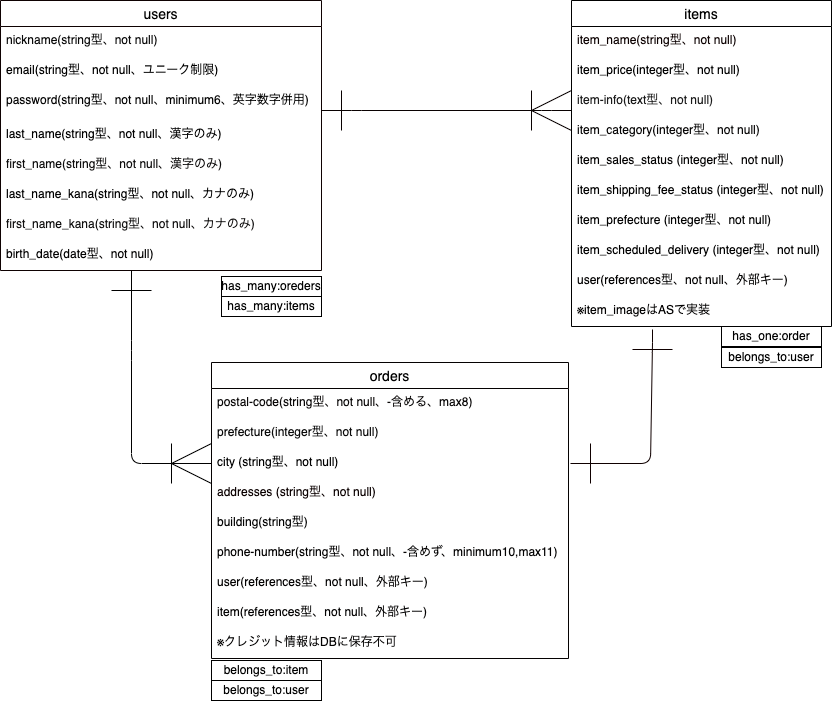
Above: furima-DB.png in goldensorcererofumineko/furima-39826 (draw.io), before the change. Source tidied: cells renumbered, new cells last; positions are measured from the earlier drawing's top-left corner, leaving out a move shared by most shapes.
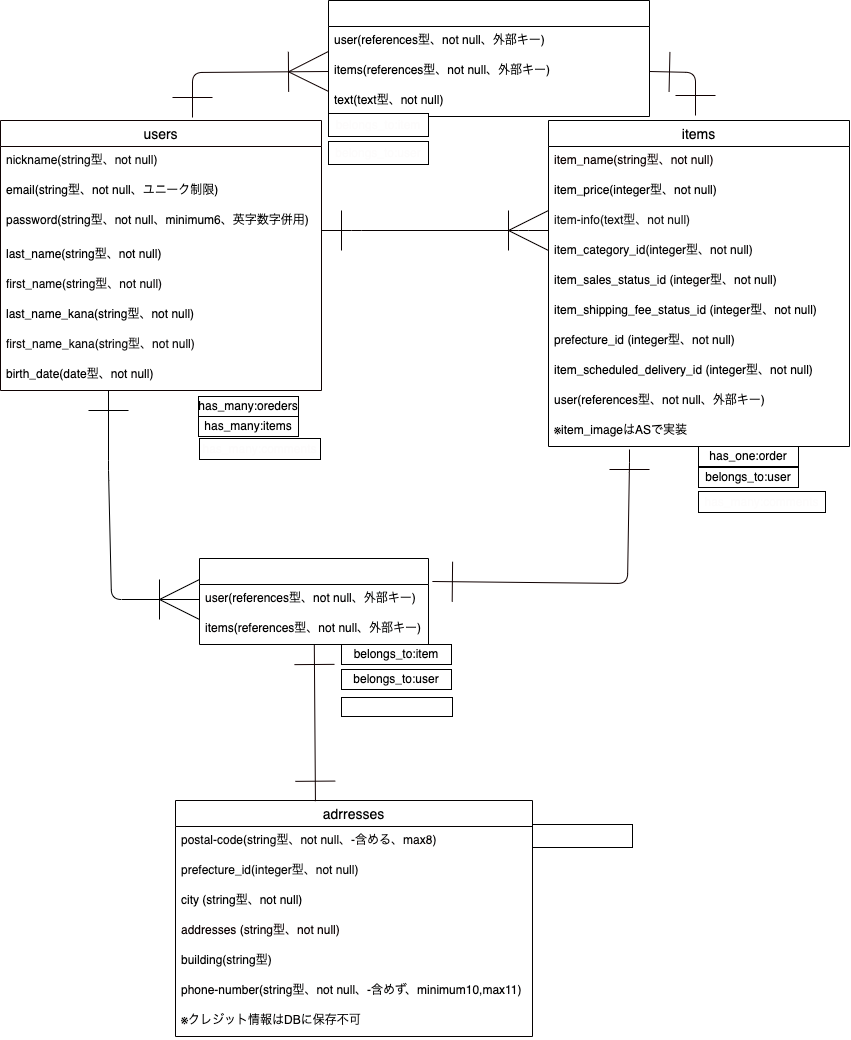
After the change.

Diff of the diagram source:
```diff
@@ -3,7 +3,7 @@
     <mxCell id="0" />
     <mxCell id="1" parent="0" />
     <mxCell id="2" value="users" style="swimlane;fontStyle=0;horizontal=1;startSize=26;align=center;fontSize=14;labelBorderColor=none;strokeColor=#0e0101;" parent="1" vertex="1">
-      <mxGeometry width="321" height="270" as="geometry" />
+      <mxGeometry x="23" width="321" height="270" as="geometry" />
     </mxCell>
     <mxCell id="3" value="nickname(string型、not null)" style="text;strokeColor=none;fillColor=none;spacingLeft=4;spacingRight=4;overflow=hidden;fontSize=12;fontColor=#0a0a0a;" parent="2" vertex="1">
       <mxGeometry y="26" width="321" height="30" as="geometry" />
@@ -14,61 +14,61 @@
     <mxCell id="5" value="password(string型、not null、minimum6、英字数字併用)" style="text;strokeColor=none;fillColor=none;spacingLeft=4;spacingRight=4;overflow=hidden;points=[[0,0.5],[1,0.5]];portConstraint=eastwest;fontSize=12;fontColor=#030303;" parent="2" vertex="1">
       <mxGeometry y="86" width="321" height="34" as="geometry" />
     </mxCell>
-    <mxCell id="6" value="last_name(string型、not null、漢字のみ)" style="text;strokeColor=none;fillColor=none;spacingLeft=4;spacingRight=4;overflow=hidden;fontSize=12;fontColor=#000000;" parent="2" vertex="1">
+    <mxCell id="6" value="last_name(string型、not null)" style="text;strokeColor=none;fillColor=none;spacingLeft=4;spacingRight=4;overflow=hidden;fontSize=12;fontColor=#000000;" parent="2" vertex="1">
       <mxGeometry y="120" width="321" height="30" as="geometry" />
     </mxCell>
-    <mxCell id="7" value="first_name(string型、not null、漢字のみ)" style="text;strokeColor=none;fillColor=none;spacingLeft=4;spacingRight=4;overflow=hidden;fontSize=12;fontColor=#0d0c0c;" parent="2" vertex="1">
+    <mxCell id="7" value="first_name(string型、not null)" style="text;strokeColor=none;fillColor=none;spacingLeft=4;spacingRight=4;overflow=hidden;fontSize=12;fontColor=#0d0c0c;" parent="2" vertex="1">
       <mxGeometry y="150" width="321" height="30" as="geometry" />
     </mxCell>
-    <mxCell id="8" value="last_name_kana(string型、not null、カナのみ)" style="text;strokeColor=none;fillColor=none;spacingLeft=4;spacingRight=4;overflow=hidden;fontSize=12;fontColor=#000000;" parent="2" vertex="1">
+    <mxCell id="8" value="last_name_kana(string型、not null)" style="text;strokeColor=none;fillColor=none;spacingLeft=4;spacingRight=4;overflow=hidden;fontSize=12;fontColor=#000000;" parent="2" vertex="1">
       <mxGeometry y="180" width="321" height="30" as="geometry" />
     </mxCell>
-    <mxCell id="9" value="first_name_kana(string型、not null、カナのみ)" style="text;strokeColor=none;fillColor=none;spacingLeft=4;spacingRight=4;overflow=hidden;fontSize=12;fontColor=#100f0f;" parent="2" vertex="1">
+    <mxCell id="9" value="first_name_kana(string型、not null)" style="text;strokeColor=none;fillColor=none;spacingLeft=4;spacingRight=4;overflow=hidden;fontSize=12;fontColor=#100f0f;" parent="2" vertex="1">
       <mxGeometry y="210" width="321" height="30" as="geometry" />
     </mxCell>
     <mxCell id="10" value="birth_date(date型、not null)" style="text;strokeColor=none;fillColor=none;spacingLeft=4;spacingRight=4;overflow=hidden;fontSize=12;fontColor=#030202;" parent="2" vertex="1">
       <mxGeometry y="240" width="321" height="30" as="geometry" />
     </mxCell>
     <mxCell id="11" value="items" style="swimlane;fontStyle=0;horizontal=1;startSize=26;align=center;fontSize=14;strokeColor=#000000;" parent="1" vertex="1">
-      <mxGeometry x="571" width="260" height="326" as="geometry" />
+      <mxGeometry x="571" width="301" height="326" as="geometry" />
     </mxCell>
     <mxCell id="12" value="item_name(string型、not null)" style="text;strokeColor=none;fillColor=none;spacingLeft=4;spacingRight=4;overflow=hidden;fontSize=12;fontColor=#0d0202;" parent="11" vertex="1">
-      <mxGeometry y="26" width="260" height="30" as="geometry" />
+      <mxGeometry y="26" width="301" height="30" as="geometry" />
     </mxCell>
     <mxCell id="13" value="item_price(integer型、not null)" style="text;strokeColor=none;fillColor=none;spacingLeft=4;spacingRight=4;overflow=hidden;fontSize=12;labelBackgroundColor=none;fontColor=#000000;" parent="11" vertex="1">
-      <mxGeometry y="56" width="260" height="30" as="geometry" />
+      <mxGeometry y="56" width="301" height="30" as="geometry" />
     </mxCell>
     <mxCell id="14" value="item-info(text型、not null)" style="text;strokeColor=none;fillColor=none;spacingLeft=4;spacingRight=4;overflow=hidden;fontSize=12;fontColor=#1A1A1A;" parent="11" vertex="1">
-      <mxGeometry y="86" width="260" height="30" as="geometry" />
+      <mxGeometry y="86" width="301" height="30" as="geometry" />
     </mxCell>
-    <mxCell id="15" value="item_category(integer型、not null)" style="text;strokeColor=none;fillColor=none;spacingLeft=4;spacingRight=4;overflow=hidden;fontSize=12;fontColor=#080707;" parent="11" vertex="1">
-      <mxGeometry y="116" width="260" height="30" as="geometry" />
+    <mxCell id="15" value="item_category_id(integer型、not null)" style="text;strokeColor=none;fillColor=none;spacingLeft=4;spacingRight=4;overflow=hidden;fontSize=12;fontColor=#080707;" parent="11" vertex="1">
+      <mxGeometry y="116" width="301" height="30" as="geometry" />
     </mxCell>
-    <mxCell id="16" value="item_sales_status (integer型、not null)" style="text;strokeColor=none;fillColor=none;spacingLeft=4;spacingRight=4;overflow=hidden;fontSize=12;fontColor=#030202;" parent="11" vertex="1">
-      <mxGeometry y="146" width="260" height="30" as="geometry" />
+    <mxCell id="16" value="item_sales_status_id (integer型、not null)" style="text;strokeColor=none;fillColor=none;spacingLeft=4;spacingRight=4;overflow=hidden;fontSize=12;fontColor=#030202;" parent="11" vertex="1">
+      <mxGeometry y="146" width="301" height="30" as="geometry" />
     </mxCell>
-    <mxCell id="17" value="item_shipping_fee_status (integer型、not null)" style="text;strokeColor=none;fillColor=none;spacingLeft=4;spacingRight=4;overflow=hidden;fontSize=12;fontColor=#000000;" parent="11" vertex="1">
-      <mxGeometry y="176" width="260" height="30" as="geometry" />
+    <mxCell id="17" value="item_shipping_fee_status_id (integer型、not null)" style="text;strokeColor=none;fillColor=none;spacingLeft=4;spacingRight=4;overflow=hidden;fontSize=12;fontColor=#000000;" parent="11" vertex="1">
+      <mxGeometry y="176" width="301" height="30" as="geometry" />
     </mxCell>
-    <mxCell id="18" value="item_prefecture (integer型、not null)" style="text;strokeColor=none;fillColor=none;spacingLeft=4;spacingRight=4;overflow=hidden;fontSize=12;fontColor=#030303;" parent="11" vertex="1">
-      <mxGeometry y="206" width="260" height="30" as="geometry" />
+    <mxCell id="18" value="prefecture_id (integer型、not null)" style="text;strokeColor=none;fillColor=none;spacingLeft=4;spacingRight=4;overflow=hidden;fontSize=12;fontColor=#030303;" parent="11" vertex="1">
+      <mxGeometry y="206" width="301" height="30" as="geometry" />
     </mxCell>
-    <mxCell id="19" value="item_scheduled_delivery (integer型、not null)" style="text;strokeColor=none;fillColor=none;spacingLeft=4;spacingRight=4;overflow=hidden;fontSize=12;fontColor=#000000;" parent="11" vertex="1">
-      <mxGeometry y="236" width="260" height="30" as="geometry" />
+    <mxCell id="19" value="item_scheduled_delivery_id (integer型、not null)" style="text;strokeColor=none;fillColor=none;spacingLeft=4;spacingRight=4;overflow=hidden;fontSize=12;fontColor=#000000;" parent="11" vertex="1">
+      <mxGeometry y="236" width="301" height="30" as="geometry" />
     </mxCell>
     <mxCell id="20" value="user(references型、not null、外部キー)" style="text;strokeColor=none;fillColor=none;spacingLeft=4;spacingRight=4;overflow=hidden;fontSize=12;labelBackgroundColor=none;labelBorderColor=none;fontColor=#030202;" parent="11" vertex="1">
-      <mxGeometry y="266" width="260" height="30" as="geometry" />
+      <mxGeometry y="266" width="301" height="30" as="geometry" />
     </mxCell>
     <mxCell id="21" value="※item_imageはASで実装" style="text;strokeColor=none;fillColor=none;spacingLeft=4;spacingRight=4;overflow=hidden;fontSize=12;labelBackgroundColor=none;labelBorderColor=none;fontColor=#030202;" parent="11" vertex="1">
-      <mxGeometry y="296" width="260" height="30" as="geometry" />
+      <mxGeometry y="296" width="301" height="30" as="geometry" />
     </mxCell>
-    <mxCell id="22" value="orders" style="swimlane;fontStyle=0;horizontal=1;startSize=26;align=center;fontSize=14;strokeColor=#040101;" parent="1" vertex="1">
-      <mxGeometry x="211" y="362" width="357" height="296" as="geometry" />
+    <mxCell id="22" value="adrresses" style="swimlane;fontStyle=0;horizontal=1;startSize=26;align=center;fontSize=14;strokeColor=#040101;" parent="1" vertex="1">
+      <mxGeometry x="198" y="680" width="357" height="236" as="geometry" />
     </mxCell>
     <mxCell id="23" value="postal-code(string型、not null、-含める、max8)" style="text;strokeColor=none;fillColor=none;spacingLeft=4;spacingRight=4;overflow=hidden;fontSize=12;fontColor=#090707;" parent="22" vertex="1">
       <mxGeometry y="26" width="357" height="30" as="geometry" />
     </mxCell>
-    <mxCell id="24" value="prefecture(integer型、not null)" style="text;strokeColor=none;fillColor=none;spacingLeft=4;spacingRight=4;overflow=hidden;fontSize=12;fontColor=#0a0a0a;" parent="22" vertex="1">
+    <mxCell id="24" value="prefecture_id(integer型、not null)" style="text;strokeColor=none;fillColor=none;spacingLeft=4;spacingRight=4;overflow=hidden;fontSize=12;fontColor=#0a0a0a;" parent="22" vertex="1">
       <mxGeometry y="56" width="357" height="30" as="geometry" />
     </mxCell>
     <mxCell id="25" value="city (string型、not null)" style="text;strokeColor=none;fillColor=none;spacingLeft=4;spacingRight=4;overflow=hidden;points=[[0,0.5],[1,0.5]];portConstraint=eastwest;fontSize=12;fontColor=#000000;" parent="22" vertex="1">
@@ -83,32 +83,25 @@
     <mxCell id="28" value="phone-number(string型、not null、-含めず、minimum10,max11)" style="text;strokeColor=none;fillColor=none;spacingLeft=4;spacingRight=4;overflow=hidden;fontSize=12;fontColor=#030202;" parent="22" vertex="1">
       <mxGeometry y="176" width="357" height="30" as="geometry" />
     </mxCell>
-    <mxCell id="29" value="user(references型、not null、外部キー)" style="text;strokeColor=none;fillColor=none;spacingLeft=4;spacingRight=4;overflow=hidden;points=[[0,0.5],[1,0.5]];portConstraint=eastwest;fontSize=12;labelBackgroundColor=none;labelBorderColor=none;fontColor=#030202;" parent="22" vertex="1">
-      <mxGeometry y="206" width="357" height="30" as="geometry" />
-    </mxCell>
-    <mxCell id="30" value="item(references型、not null、外部キー)" style="text;strokeColor=none;fillColor=none;spacingLeft=4;spacingRight=4;overflow=hidden;fontSize=12;labelBackgroundColor=none;labelBorderColor=none;fontColor=#030202;" parent="22" vertex="1">
-      <mxGeometry y="236" width="357" height="30" as="geometry" />
-    </mxCell>
     <mxCell id="31" value="※クレジット情報はDBに保存不可" style="text;strokeColor=none;fillColor=none;spacingLeft=4;spacingRight=4;overflow=hidden;fontSize=12;labelBackgroundColor=none;labelBorderColor=none;fontColor=#030202;" parent="22" vertex="1">
-      <mxGeometry y="266" width="357" height="30" as="geometry" />
+      <mxGeometry y="206" width="357" height="30" as="geometry" />
     </mxCell>
     <mxCell id="32" style="edgeStyle=entityRelationEdgeStyle;fontSize=12;html=1;endArrow=ERoneToMany;exitX=1;exitY=0.706;exitDx=0;exitDy=0;exitPerimeter=0;endSize=38;startArrow=ERone;startFill=0;startSize=38;strokeColor=#090101;" parent="1" edge="1" source="5">
       <mxGeometry relative="1" as="geometry">
         <mxPoint x="571" y="110" as="targetPoint" />
       </mxGeometry>
     </mxCell>
-    <mxCell id="33" style="edgeStyle=none;html=1;endSize=38;entryX=0;entryY=0.5;entryDx=0;entryDy=0;endArrow=ERoneToMany;endFill=0;startArrow=ERone;startFill=0;startSize=38;strokeColor=#000000;" parent="1" edge="1" target="25">
+    <mxCell id="33" style="edgeStyle=none;html=1;endSize=38;entryX=0;entryY=0.5;entryDx=0;entryDy=0;endArrow=ERoneToMany;endFill=0;startArrow=ERone;startFill=0;startSize=38;strokeColor=#000000;" parent="1" edge="1" target="29">
       <mxGeometry relative="1" as="geometry">
         <mxPoint x="131" y="270" as="sourcePoint" />
         <Array as="points">
           <mxPoint x="131" y="350" />
-          <mxPoint x="131" y="463" />
+          <mxPoint x="134" y="479" />
         </Array>
       </mxGeometry>
     </mxCell>
-    <mxCell id="34" style="edgeStyle=none;html=1;endArrow=ERone;endFill=0;endSize=38;startArrow=ERone;startFill=0;startSize=38;strokeColor=#0f0000;" parent="1" edge="1">
+    <mxCell id="34" style="edgeStyle=none;html=1;endArrow=ERone;endFill=0;endSize=38;startArrow=ERone;startFill=0;startSize=38;strokeColor=#0f0000;exitX=1.017;exitY=-0.1;exitDx=0;exitDy=0;exitPerimeter=0;" parent="1" edge="1" source="29">
       <mxGeometry relative="1" as="geometry">
-        <mxPoint x="570" y="463" as="sourcePoint" />
         <mxPoint x="652" y="329" as="targetPoint" />
         <Array as="points">
           <mxPoint x="650" y="463" />
@@ -117,7 +110,7 @@
       </mxGeometry>
     </mxCell>
     <mxCell id="35" value="belongs_to:item" style="whiteSpace=wrap;html=1;align=center;" parent="1" vertex="1">
-      <mxGeometry x="211" y="660" width="110" height="20" as="geometry" />
+      <mxGeometry x="364" y="524" width="110" height="20" as="geometry" />
     </mxCell>
     <mxCell id="36" value="has_one:order" style="whiteSpace=wrap;html=1;align=center;" parent="1" vertex="1">
       <mxGeometry x="721" y="326" width="100" height="20" as="geometry" />
@@ -129,10 +122,68 @@
       <mxGeometry x="221" y="296" width="100" height="20" as="geometry" />
     </mxCell>
     <mxCell id="39" value="belongs_to:user" style="whiteSpace=wrap;html=1;align=center;" parent="1" vertex="1">
-      <mxGeometry x="211" y="680" width="110" height="20" as="geometry" />
+      <mxGeometry x="364" y="549" width="110" height="20" as="geometry" />
     </mxCell>
     <mxCell id="40" value="belongs_to:user" style="whiteSpace=wrap;html=1;align=center;" parent="1" vertex="1">
       <mxGeometry x="721" y="347" width="100" height="20" as="geometry" />
     </mxCell>
+    <mxCell id="41" style="edgeStyle=none;html=1;entryX=0.392;entryY=0.003;entryDx=0;entryDy=0;entryPerimeter=0;strokeColor=#0f0000;fontColor=#ffffff;startArrow=ERone;startFill=0;endArrow=ERone;endFill=0;startSize=38;endSize=38;" parent="1" edge="1" source="42" target="22">
+      <mxGeometry relative="1" as="geometry" />
+    </mxCell>
+    <mxCell id="42" value="orders" style="swimlane;fontStyle=0;horizontal=1;startSize=26;align=center;fontSize=14;labelBackgroundColor=none;labelBorderColor=none;strokeColor=#000000;fontColor=#ffffff;" parent="1" vertex="1">
+      <mxGeometry x="222" y="438" width="229" height="86" as="geometry" />
+    </mxCell>
+    <mxCell id="29" value="user(references型、not null、外部キー)" style="text;strokeColor=none;fillColor=none;spacingLeft=4;spacingRight=4;overflow=hidden;points=[[0,0.5],[1,0.5]];portConstraint=eastwest;fontSize=12;labelBackgroundColor=none;labelBorderColor=none;fontColor=#030202;" parent="42" vertex="1">
+      <mxGeometry y="26" width="229" height="30" as="geometry" />
+    </mxCell>
+    <mxCell id="43" value="items(references型、not null、外部キー)" style="text;strokeColor=none;fillColor=none;spacingLeft=4;spacingRight=4;overflow=hidden;fontSize=12;labelBackgroundColor=none;labelBorderColor=none;fontColor=#030202;" parent="42" vertex="1">
+      <mxGeometry y="56" width="229" height="30" as="geometry" />
+    </mxCell>
+    <mxCell id="44" value="has_one:addresse" style="whiteSpace=wrap;html=1;align=center;labelBackgroundColor=none;labelBorderColor=none;strokeColor=#000000;fontColor=#ffffff;" parent="1" vertex="1">
+      <mxGeometry x="364" y="577" width="111" height="19" as="geometry" />
+    </mxCell>
+    <mxCell id="45" value="belongs_to:order" style="whiteSpace=wrap;html=1;align=center;labelBackgroundColor=none;labelBorderColor=none;strokeColor=#000000;fontColor=#ffffff;" parent="1" vertex="1">
+      <mxGeometry x="555" y="704" width="100" height="23" as="geometry" />
+    </mxCell>
+    <mxCell id="46" value="comments" style="swimlane;fontStyle=0;horizontal=1;startSize=26;align=center;fontSize=14;labelBackgroundColor=none;labelBorderColor=none;strokeColor=#000000;fontColor=#ffffff;" parent="1" vertex="1">
+      <mxGeometry x="351" y="-120" width="321" height="116" as="geometry" />
+    </mxCell>
+    <mxCell id="47" value="user(references型、not null、外部キー)" style="text;strokeColor=none;fillColor=none;spacingLeft=4;spacingRight=4;overflow=hidden;fontSize=12;labelBackgroundColor=none;labelBorderColor=none;fontColor=#000000;" parent="46" vertex="1">
+      <mxGeometry y="26" width="321" height="30" as="geometry" />
+    </mxCell>
+    <mxCell id="48" value="items(references型、not null、外部キー)" style="text;strokeColor=none;fillColor=none;spacingLeft=4;spacingRight=4;overflow=hidden;points=[[0,0.5],[1,0.5]];portConstraint=eastwest;fontSize=12;labelBackgroundColor=none;labelBorderColor=none;fontColor=#000000;" parent="46" vertex="1">
+      <mxGeometry y="56" width="321" height="30" as="geometry" />
+    </mxCell>
+    <mxCell id="49" value="text(text型、not null)" style="text;strokeColor=none;fillColor=none;spacingLeft=4;spacingRight=4;overflow=hidden;fontSize=12;labelBackgroundColor=none;labelBorderColor=none;fontColor=#000000;" parent="46" vertex="1">
+      <mxGeometry y="86" width="321" height="30" as="geometry" />
+    </mxCell>
+    <mxCell id="50" style="edgeStyle=none;html=1;exitX=0;exitY=0.5;exitDx=0;exitDy=0;strokeColor=#0f0000;fontColor=#000000;startArrow=ERoneToMany;startFill=0;endArrow=ERone;endFill=0;startSize=38;endSize=38;" parent="1" edge="1" source="48">
+      <mxGeometry relative="1" as="geometry">
+        <mxPoint x="215" y="-3" as="targetPoint" />
+        <Array as="points">
+          <mxPoint x="215" y="-48" />
+        </Array>
+      </mxGeometry>
+    </mxCell>
+    <mxCell id="51" style="edgeStyle=none;html=1;exitX=1;exitY=0.5;exitDx=0;exitDy=0;strokeColor=#0f0000;fontColor=#000000;startArrow=ERone;startFill=0;endArrow=ERone;endFill=0;startSize=38;endSize=38;" parent="1" edge="1" source="48">
+      <mxGeometry relative="1" as="geometry">
+        <mxPoint x="718" y="-5" as="targetPoint" />
+        <Array as="points">
+          <mxPoint x="718" y="-48" />
+        </Array>
+      </mxGeometry>
+    </mxCell>
+    <mxCell id="52" value="&lt;font color=&quot;#fdfcfc&quot;&gt;has_many:comments&lt;/font&gt;" style="whiteSpace=wrap;html=1;align=center;labelBackgroundColor=none;labelBorderColor=none;strokeColor=#000000;fontColor=#000000;" parent="1" vertex="1">
+      <mxGeometry x="222" y="318" width="121" height="21" as="geometry" />
+    </mxCell>
+    <mxCell id="53" value="has_many:comments" style="whiteSpace=wrap;html=1;align=center;labelBackgroundColor=none;labelBorderColor=none;strokeColor=#000000;fontColor=#fdfcfc;" parent="1" vertex="1">
+      <mxGeometry x="721" y="371" width="127" height="21" as="geometry" />
+    </mxCell>
+    <mxCell id="54" value="belongs_to:user" style="whiteSpace=wrap;html=1;align=center;labelBackgroundColor=none;labelBorderColor=none;strokeColor=#000000;fontColor=#fdfcfc;" parent="1" vertex="1">
+      <mxGeometry x="351" y="21" width="100" height="23" as="geometry" />
+    </mxCell>
+    <mxCell id="55" value="belongs_to:item" style="whiteSpace=wrap;html=1;align=center;labelBackgroundColor=none;labelBorderColor=none;strokeColor=#000000;fontColor=#fdfcfc;" parent="1" vertex="1">
+      <mxGeometry x="351" y="-7" width="100" height="23" as="geometry" />
+    </mxCell>
   </root>
 </mxGraphModel>
```
